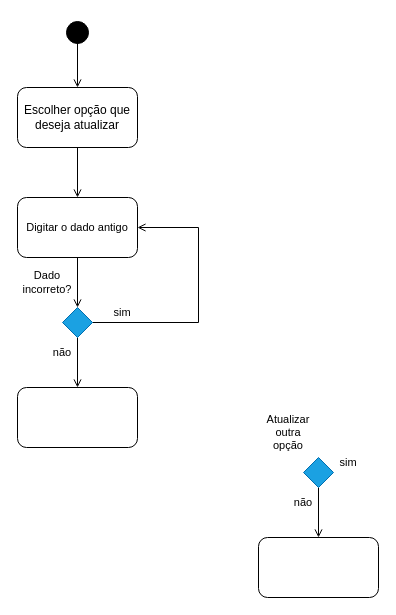
The draw.io diagram Diagrama de atividade - Atualizar cadastro.drawio in JudilenaGalvao/Projeto-POO, before the edit. Source tidied: cells renumbered, new cells numbered last; positions are measured from the earlier drawing's top-left corner, leaving out a move shared by most shapes. Both pictures are drawn from the tidied source at 100%, with x=0, y=0 at pixel (17, 17).
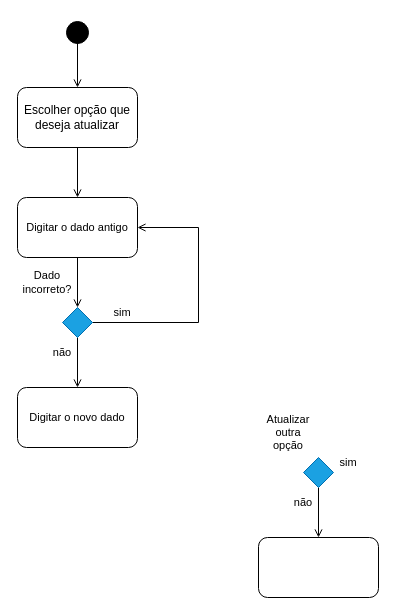
Above is the later version.

Diff of the diagram source:
```diff
@@
-    <mxCell id="18" style="rounded=1;whiteSpace=wrap;html=1;fontFamily=Helvetica;fontSize=11;fontColor=default;" parent="1" vertex="1">
+    <mxCell id="18" value="Digitar o novo dado" style="rounded=1;whiteSpace=wrap;html=1;fontFamily=Helvetica;fontSize=11;fontColor=default;" parent="1" vertex="1">
       <mxGeometry y="370" width="120" height="60" as="geometry" />
     </mxCell>
```
